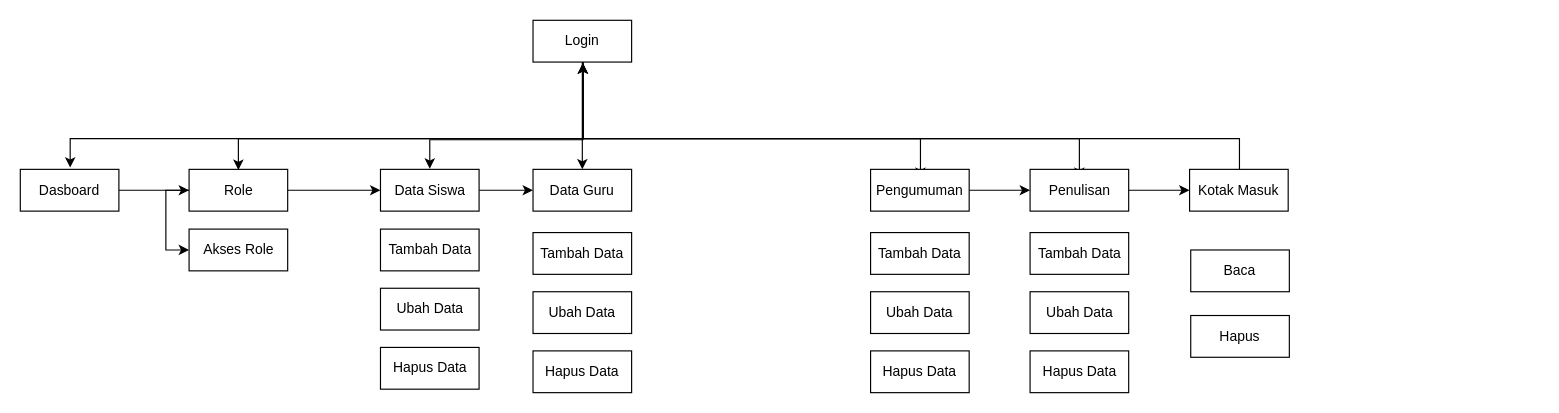
The draw.io diagram page "Page-3" (3 of 4) of Untitled Diagram.drawio in aldonicolaz/siakad-petrus, before the edit. Source tidied: cells renumbered, new cells numbered last; positions are measured from the earlier drawing's top-left corner, leaving out a move shared by most shapes. Both pictures are drawn from the tidied source at 116%, with x=0, y=0 at pixel (20, 20).
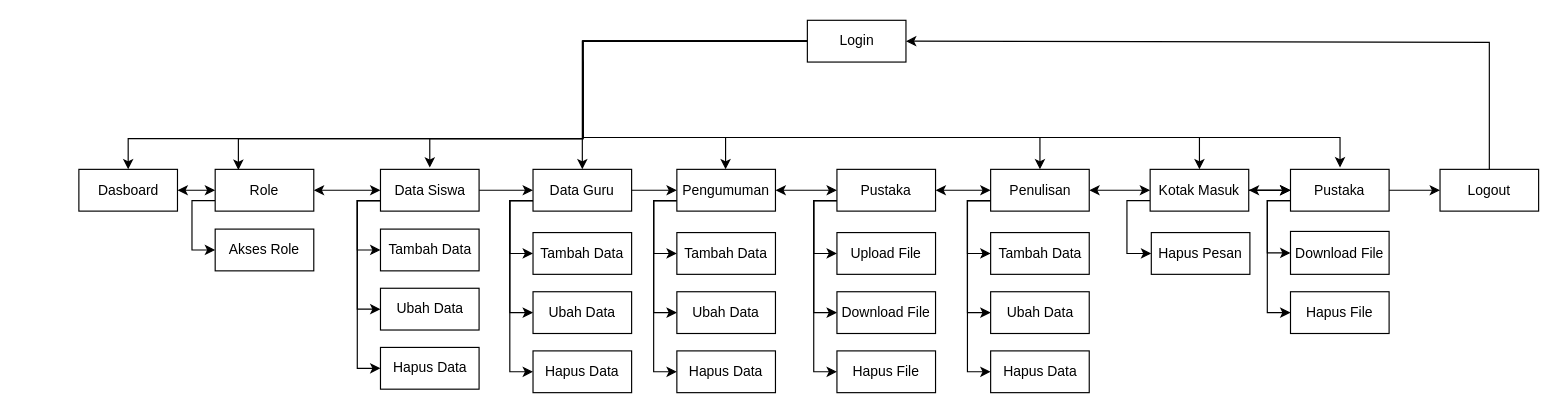
After the change.

Unchanged cells that the change refers to:
```xml
<mxCell id="14" value="Data Siswa" style="rounded=0;whiteSpace=wrap;html=1;strokeWidth=1;" parent="1" vertex="1">
  <mxGeometry x="310.5" y="128.5" width="85" height="36" as="geometry" />
</mxCell>
<mxCell id="15" value="Data Guru" style="rounded=0;whiteSpace=wrap;html=1;strokeWidth=1;" parent="1" vertex="1">
  <mxGeometry x="442" y="128.5" width="85" height="36" as="geometry" />
</mxCell>
<mxCell id="22" value="Tambah Data" style="rounded=0;whiteSpace=wrap;html=1;strokeWidth=1;" parent="1" vertex="1">
  <mxGeometry x="310.5" y="180" width="85" height="36" as="geometry" />
</mxCell>
<mxCell id="23" value="Ubah Data" style="rounded=0;whiteSpace=wrap;html=1;strokeWidth=1;" parent="1" vertex="1">
  <mxGeometry x="310.5" y="231" width="85" height="36" as="geometry" />
</mxCell>
<mxCell id="24" value="Hapus Data" style="rounded=0;whiteSpace=wrap;html=1;strokeWidth=1;" parent="1" vertex="1">
  <mxGeometry x="310.5" y="282" width="85" height="36" as="geometry" />
</mxCell>
<mxCell id="25" value="Tambah Data" style="rounded=0;whiteSpace=wrap;html=1;strokeWidth=1;" parent="1" vertex="1">
  <mxGeometry x="442" y="183" width="85" height="36" as="geometry" />
</mxCell>
<mxCell id="26" value="Ubah Data" style="rounded=0;whiteSpace=wrap;html=1;strokeWidth=1;" parent="1" vertex="1">
  <mxGeometry x="442" y="234" width="85" height="36" as="geometry" />
</mxCell>
<mxCell id="27" value="Hapus Data" style="rounded=0;whiteSpace=wrap;html=1;strokeWidth=1;" parent="1" vertex="1">
  <mxGeometry x="442" y="285" width="85" height="36" as="geometry" />
</mxCell>
```

What changed in the source:
```diff
@@
     <mxCell id="2" style="edgeStyle=orthogonalEdgeStyle;rounded=0;orthogonalLoop=1;jettySize=auto;html=1;entryX=0.5;entryY=0;entryDx=0;entryDy=0;strokeWidth=1;" parent="1" edge="1">
       <mxGeometry relative="1" as="geometry">
-        <mxPoint x="485" y="35" as="sourcePoint" />
-        <mxPoint x="353" y="128" as="targetPoint" />
+        <mxPoint x="485" y="34" as="sourcePoint" />
+        <mxPoint x="353" y="127" as="targetPoint" />
         <Array as="points">
-          <mxPoint x="485" y="103" />
-          <mxPoint x="353" y="103" />
+          <mxPoint x="485" y="102" />
+          <mxPoint x="353" y="102" />
         </Array>
       </mxGeometry>
     </mxCell>
-    <mxCell id="3" style="edgeStyle=orthogonalEdgeStyle;rounded=0;orthogonalLoop=1;jettySize=auto;html=1;entryX=0.5;entryY=0;entryDx=0;entryDy=0;strokeWidth=1;startArrow=classic;startFill=1;" parent="1" edge="1">
-      <mxGeometry relative="1" as="geometry">
-        <mxPoint x="485" y="37" as="sourcePoint" />
-        <mxPoint x="776" y="136" as="targetPoint" />
-        <Array as="points">
-          <mxPoint x="485" y="102" />
-          <mxPoint x="776" y="102" />
-        </Array>
-      </mxGeometry>
-    </mxCell>
-    <mxCell id="4" style="edgeStyle=orthogonalEdgeStyle;rounded=0;orthogonalLoop=1;jettySize=auto;html=1;entryX=0.5;entryY=0;entryDx=0;entryDy=0;strokeWidth=1;startArrow=classic;startFill=1;" parent="1" edge="1">
-      <mxGeometry relative="1" as="geometry">
-        <mxPoint x="485" y="37" as="sourcePoint" />
-        <mxPoint x="913" y="136" as="targetPoint" />
-        <Array as="points">
-          <mxPoint x="485" y="102" />
-          <mxPoint x="913" y="102" />
-        </Array>
-      </mxGeometry>
-    </mxCell>
-    <mxCell id="5" style="edgeStyle=orthogonalEdgeStyle;rounded=0;orthogonalLoop=1;jettySize=auto;html=1;strokeWidth=1;entryX=0.5;entryY=0;entryDx=0;entryDy=0;startArrow=classic;startFill=1;" parent="1" edge="1">
-      <mxGeometry relative="1" as="geometry">
-        <mxPoint x="485" y="37" as="sourcePoint" />
-        <mxPoint x="1051" y="143" as="targetPoint" />
-        <Array as="points">
-          <mxPoint x="485" y="102" />
-          <mxPoint x="1051" y="102" />
-          <mxPoint x="1051" y="136" />
-        </Array>
-      </mxGeometry>
-    </mxCell>
@@
-    <mxCell id="7" style="edgeStyle=orthogonalEdgeStyle;rounded=0;orthogonalLoop=1;jettySize=auto;html=1;entryX=0.5;entryY=0;entryDx=0;entryDy=0;strokeWidth=1;" parent="1" edge="1">
-      <mxGeometry relative="1" as="geometry">
-        <mxPoint x="485" y="34" as="sourcePoint" />
-        <mxPoint x="43" y="127" as="targetPoint" />
-        <Array as="points">
-          <mxPoint x="485" y="102" />
-          <mxPoint x="43" y="102" />
-        </Array>
-      </mxGeometry>
-    </mxCell>
@@
+    <mxCell id="38" style="edgeStyle=orthogonalEdgeStyle;rounded=0;jettySize=auto;html=1;strokeWidth=1;" parent="1" edge="1" source="9" target="17">
+      <mxGeometry relative="1" as="geometry">
+        <Array as="points">
+          <mxPoint x="485" y="101" />
+          <mxPoint x="608" y="101" />
+        </Array>
+      </mxGeometry>
+    </mxCell>
+    <mxCell id="39" style="edgeStyle=orthogonalEdgeStyle;rounded=0;jettySize=auto;html=1;strokeWidth=1;" parent="1" edge="1" source="9" target="37">
+      <mxGeometry relative="1" as="geometry">
+        <Array as="points">
+          <mxPoint x="485" y="102" />
+          <mxPoint x="93" y="102" />
+        </Array>
+      </mxGeometry>
+    </mxCell>
+    <mxCell id="40" style="edgeStyle=orthogonalEdgeStyle;rounded=0;jettySize=auto;html=1;entryX=0.5;entryY=0;entryDx=0;entryDy=0;strokeWidth=1;" parent="1" edge="1" source="9" target="19">
+      <mxGeometry relative="1" as="geometry">
+        <Array as="points">
+          <mxPoint x="485" y="101" />
+          <mxPoint x="879" y="101" />
+        </Array>
+      </mxGeometry>
+    </mxCell>
+    <mxCell id="41" style="edgeStyle=orthogonalEdgeStyle;rounded=0;jettySize=auto;html=1;entryX=0.5;entryY=0;entryDx=0;entryDy=0;strokeWidth=1;" parent="1" edge="1" source="9" target="20">
+      <mxGeometry relative="1" as="geometry">
+        <Array as="points">
+          <mxPoint x="485" y="101" />
+          <mxPoint x="1017" y="101" />
+        </Array>
+      </mxGeometry>
+    </mxCell>
+    <mxCell id="42" style="edgeStyle=orthogonalEdgeStyle;rounded=0;orthogonalLoop=1;jettySize=auto;html=1;entryX=0.5;entryY=0;entryDx=0;entryDy=0;strokeWidth=1;" parent="1" edge="1">
+      <mxGeometry relative="1" as="geometry">
+        <mxPoint x="484.8" y="35" as="sourcePoint" />
+        <mxPoint x="1137.7" y="126.9" as="targetPoint" />
+        <Array as="points">
+          <mxPoint x="485" y="101" />
+          <mxPoint x="1138" y="101" />
+        </Array>
+      </mxGeometry>
+    </mxCell>
     <mxCell id="9" value="Login&lt;br&gt;" style="rounded=0;whiteSpace=wrap;html=1;strokeWidth=1;" parent="1" vertex="1">
-      <mxGeometry x="442" width="85" height="36" as="geometry" />
+      <mxGeometry x="678.5" width="85" height="36" as="geometry" />
     </mxCell>
+    <mxCell id="11" style="edgeStyle=orthogonalEdgeStyle;rounded=0;jettySize=auto;html=1;entryX=0;entryY=0.5;entryDx=0;entryDy=0;strokeWidth=1;startArrow=classic;startFill=1;" parent="1" edge="1" source="12" target="14">
+      <mxGeometry relative="1" as="geometry" />
+    </mxCell>
-    <mxCell id="10" style="edgeStyle=orthogonalEdgeStyle;rounded=0;jettySize=auto;html=1;entryX=0;entryY=0.5;entryDx=0;entryDy=0;strokeWidth=1;exitX=0;exitY=0.5;exitDx=0;exitDy=0;" parent="1" edge="1" source="12" target="21">
+    <mxCell id="10" style="edgeStyle=orthogonalEdgeStyle;rounded=0;jettySize=auto;html=1;exitX=0;exitY=0.75;exitDx=0;exitDy=0;entryX=0;entryY=0.5;entryDx=0;entryDy=0;strokeWidth=1;" parent="1" edge="1" source="12" target="21">
       <mxGeometry relative="1" as="geometry" />
     </mxCell>
-    <mxCell id="11" style="edgeStyle=orthogonalEdgeStyle;rounded=0;jettySize=auto;html=1;entryX=0;entryY=0.5;entryDx=0;entryDy=0;strokeWidth=1;" parent="1" edge="1" source="12" target="14">
-      <mxGeometry relative="1" as="geometry" />
-    </mxCell>
     <mxCell id="12" value="Role" style="rounded=0;whiteSpace=wrap;html=1;strokeWidth=1;" parent="1" vertex="1">
-      <mxGeometry x="145.5" y="128.5" width="85" height="36" as="geometry" />
+      <mxGeometry x="168" y="128.5" width="85" height="36" as="geometry" />
     </mxCell>
@@
+    <mxCell id="43" style="edgeStyle=orthogonalEdgeStyle;rounded=0;jettySize=auto;html=1;exitX=0;exitY=0.75;exitDx=0;exitDy=0;entryX=0;entryY=0.5;entryDx=0;entryDy=0;strokeWidth=1;" parent="1" edge="1" source="14" target="22">
+      <mxGeometry relative="1" as="geometry" />
+    </mxCell>
+    <mxCell id="44" style="edgeStyle=orthogonalEdgeStyle;rounded=0;jettySize=auto;html=1;exitX=0;exitY=0.75;exitDx=0;exitDy=0;entryX=0;entryY=0.5;entryDx=0;entryDy=0;strokeWidth=1;" parent="1" edge="1" source="14" target="23">
+      <mxGeometry relative="1" as="geometry" />
+    </mxCell>
+    <mxCell id="45" style="edgeStyle=orthogonalEdgeStyle;rounded=0;jettySize=auto;html=1;exitX=0;exitY=0.75;exitDx=0;exitDy=0;entryX=0;entryY=0.5;entryDx=0;entryDy=0;strokeWidth=1;" parent="1" edge="1" source="14" target="24">
+      <mxGeometry relative="1" as="geometry" />
+    </mxCell>
@@
+    <mxCell id="46" style="edgeStyle=orthogonalEdgeStyle;rounded=0;jettySize=auto;html=1;strokeWidth=1;" parent="1" edge="1" source="15" target="17">
+      <mxGeometry relative="1" as="geometry" />
+    </mxCell>
+    <mxCell id="47" style="edgeStyle=orthogonalEdgeStyle;rounded=0;jettySize=auto;html=1;exitX=0;exitY=0.75;exitDx=0;exitDy=0;entryX=0;entryY=0.5;entryDx=0;entryDy=0;strokeWidth=1;" parent="1" edge="1" source="15" target="25">
+      <mxGeometry relative="1" as="geometry" />
+    </mxCell>
+    <mxCell id="48" style="edgeStyle=orthogonalEdgeStyle;rounded=0;jettySize=auto;html=1;exitX=0;exitY=0.75;exitDx=0;exitDy=0;entryX=0;entryY=0.5;entryDx=0;entryDy=0;strokeWidth=1;" parent="1" edge="1" source="15" target="26">
+      <mxGeometry relative="1" as="geometry" />
+    </mxCell>
+    <mxCell id="49" style="edgeStyle=orthogonalEdgeStyle;rounded=0;jettySize=auto;html=1;exitX=0;exitY=0.75;exitDx=0;exitDy=0;entryX=0;entryY=0.5;entryDx=0;entryDy=0;strokeWidth=1;" parent="1" edge="1" source="15" target="27">
+      <mxGeometry relative="1" as="geometry" />
+    </mxCell>
@@
-    <mxCell id="16" style="edgeStyle=orthogonalEdgeStyle;rounded=0;jettySize=auto;html=1;strokeWidth=1;" parent="1" edge="1" source="17" target="19">
-      <mxGeometry relative="1" as="geometry" />
-    </mxCell>
+    <mxCell id="50" style="edgeStyle=orthogonalEdgeStyle;rounded=0;jettySize=auto;html=1;exitX=0;exitY=0.75;exitDx=0;exitDy=0;entryX=0;entryY=0.5;entryDx=0;entryDy=0;strokeWidth=1;" parent="1" edge="1" source="17" target="28">
+      <mxGeometry relative="1" as="geometry" />
+    </mxCell>
+    <mxCell id="51" style="edgeStyle=orthogonalEdgeStyle;rounded=0;jettySize=auto;html=1;exitX=0;exitY=0.75;exitDx=0;exitDy=0;entryX=0;entryY=0.5;entryDx=0;entryDy=0;strokeWidth=1;" parent="1" edge="1" source="17" target="29">
+      <mxGeometry relative="1" as="geometry" />
+    </mxCell>
+    <mxCell id="52" style="edgeStyle=orthogonalEdgeStyle;rounded=0;jettySize=auto;html=1;exitX=0;exitY=0.75;exitDx=0;exitDy=0;entryX=0;entryY=0.5;entryDx=0;entryDy=0;strokeWidth=1;" parent="1" edge="1" source="17" target="30">
+      <mxGeometry relative="1" as="geometry" />
+    </mxCell>
+    <mxCell id="53" style="edgeStyle=orthogonalEdgeStyle;rounded=0;jettySize=auto;html=1;entryX=0;entryY=0.5;entryDx=0;entryDy=0;strokeWidth=1;startArrow=classic;startFill=1;" parent="1" edge="1" source="17" target="64">
+      <mxGeometry relative="1" as="geometry" />
+    </mxCell>
     <mxCell id="17" value="Pengumuman" style="rounded=0;whiteSpace=wrap;html=1;strokeWidth=1;" parent="1" vertex="1">
-      <mxGeometry x="733" y="128.5" width="85" height="36" as="geometry" />
+      <mxGeometry x="566" y="128.5" width="85" height="36" as="geometry" />
     </mxCell>
-    <mxCell id="18" style="edgeStyle=orthogonalEdgeStyle;rounded=0;jettySize=auto;html=1;strokeWidth=1;" parent="1" edge="1" source="19" target="20">
+    <mxCell id="18" style="edgeStyle=orthogonalEdgeStyle;rounded=0;jettySize=auto;html=1;strokeWidth=1;startArrow=classic;startFill=1;" parent="1" edge="1" source="19" target="20">
       <mxGeometry relative="1" as="geometry" />
     </mxCell>
+    <mxCell id="54" style="edgeStyle=orthogonalEdgeStyle;rounded=0;jettySize=auto;html=1;exitX=0;exitY=0.75;exitDx=0;exitDy=0;entryX=0;entryY=0.5;entryDx=0;entryDy=0;strokeWidth=1;" parent="1" edge="1" source="19" target="31">
+      <mxGeometry relative="1" as="geometry" />
+    </mxCell>
+    <mxCell id="55" style="edgeStyle=orthogonalEdgeStyle;rounded=0;jettySize=auto;html=1;exitX=0;exitY=0.75;exitDx=0;exitDy=0;entryX=0;entryY=0.5;entryDx=0;entryDy=0;strokeWidth=1;" parent="1" edge="1" source="19" target="32">
+      <mxGeometry relative="1" as="geometry" />
+    </mxCell>
+    <mxCell id="56" style="edgeStyle=orthogonalEdgeStyle;rounded=0;jettySize=auto;html=1;exitX=0;exitY=0.75;exitDx=0;exitDy=0;entryX=0;entryY=0.5;entryDx=0;entryDy=0;strokeWidth=1;" parent="1" edge="1" source="19" target="33">
+      <mxGeometry relative="1" as="geometry" />
+    </mxCell>
     <mxCell id="19" value="Penulisan" style="rounded=0;whiteSpace=wrap;html=1;strokeWidth=1;" parent="1" vertex="1">
-      <mxGeometry x="870.5" y="128.5" width="85" height="36" as="geometry" />
+      <mxGeometry x="836.5" y="128.5" width="85" height="36" as="geometry" />
     </mxCell>
+    <mxCell id="57" style="edgeStyle=orthogonalEdgeStyle;rounded=0;jettySize=auto;html=1;exitX=0;exitY=0.75;exitDx=0;exitDy=0;entryX=0;entryY=0.5;entryDx=0;entryDy=0;strokeWidth=1;" parent="1" edge="1" source="20" target="35">
+      <mxGeometry relative="1" as="geometry" />
+    </mxCell>
+    <mxCell id="58" style="edgeStyle=orthogonalEdgeStyle;rounded=0;jettySize=auto;html=1;strokeWidth=1;" parent="1" edge="1" source="20" target="72">
+      <mxGeometry relative="1" as="geometry" />
+    </mxCell>
+    <mxCell id="59" style="edgeStyle=orthogonalEdgeStyle;rounded=0;jettySize=auto;html=1;strokeWidth=1;" parent="1" edge="1" source="20" target="72">
+      <mxGeometry relative="1" as="geometry" />
+    </mxCell>
     <mxCell id="20" value="Kotak Masuk" style="rounded=0;whiteSpace=wrap;html=1;strokeWidth=1;" parent="1" vertex="1">
-      <mxGeometry x="1008" y="128.5" width="85" height="36" as="geometry" />
+      <mxGeometry x="974" y="128.5" width="85" height="36" as="geometry" />
     </mxCell>
     <mxCell id="21" value="Akses Role" style="rounded=0;whiteSpace=wrap;html=1;strokeWidth=1;" parent="1" vertex="1">
-      <mxGeometry x="145.5" y="180" width="85" height="36" as="geometry" />
+      <mxGeometry x="168" y="180" width="85" height="36" as="geometry" />
     </mxCell>
@@
     <mxCell id="28" value="Tambah Data" style="rounded=0;whiteSpace=wrap;html=1;strokeWidth=1;" parent="1" vertex="1">
-      <mxGeometry x="733" y="183" width="85" height="36" as="geometry" />
+      <mxGeometry x="566" y="183" width="85" height="36" as="geometry" />
     </mxCell>
     <mxCell id="29" value="Ubah Data" style="rounded=0;whiteSpace=wrap;html=1;strokeWidth=1;" parent="1" vertex="1">
-      <mxGeometry x="733" y="234" width="85" height="36" as="geometry" />
+      <mxGeometry x="566" y="234" width="85" height="36" as="geometry" />
     </mxCell>
     <mxCell id="30" value="Hapus Data" style="rounded=0;whiteSpace=wrap;html=1;strokeWidth=1;" parent="1" vertex="1">
-      <mxGeometry x="733" y="285" width="85" height="36" as="geometry" />
+      <mxGeometry x="566" y="285" width="85" height="36" as="geometry" />
     </mxCell>
     <mxCell id="31" value="Tambah Data" style="rounded=0;whiteSpace=wrap;html=1;strokeWidth=1;" parent="1" vertex="1">
-      <mxGeometry x="870.5" y="183" width="85" height="36" as="geometry" />
+      <mxGeometry x="836.5" y="183" width="85" height="36" as="geometry" />
     </mxCell>
     <mxCell id="32" value="Ubah Data" style="rounded=0;whiteSpace=wrap;html=1;strokeWidth=1;" parent="1" vertex="1">
-      <mxGeometry x="870.5" y="234" width="85" height="36" as="geometry" />
+      <mxGeometry x="836.5" y="234" width="85" height="36" as="geometry" />
     </mxCell>
     <mxCell id="33" value="Hapus Data" style="rounded=0;whiteSpace=wrap;html=1;strokeWidth=1;" parent="1" vertex="1">
-      <mxGeometry x="870.5" y="285" width="85" height="36" as="geometry" />
+      <mxGeometry x="836.5" y="285" width="85" height="36" as="geometry" />
     </mxCell>
-    <mxCell id="34" value="Baca" style="rounded=0;whiteSpace=wrap;html=1;strokeWidth=1;" parent="1" vertex="1">
-      <mxGeometry x="1009" y="198" width="85" height="36" as="geometry" />
-    </mxCell>
-    <mxCell id="35" value="Hapus" style="rounded=0;whiteSpace=wrap;html=1;strokeWidth=1;" parent="1" vertex="1">
-      <mxGeometry x="1009" y="254.5" width="85" height="36" as="geometry" />
+    <mxCell id="35" value="Hapus Pesan" style="rounded=0;whiteSpace=wrap;html=1;strokeWidth=1;" parent="1" vertex="1">
+      <mxGeometry x="975" y="183" width="85" height="36" as="geometry" />
     </mxCell>
-    <mxCell id="36" style="edgeStyle=orthogonalEdgeStyle;rounded=0;jettySize=auto;html=1;strokeWidth=1;" parent="1" edge="1" source="37" target="12">
+    <mxCell id="36" style="edgeStyle=orthogonalEdgeStyle;rounded=0;jettySize=auto;html=1;strokeWidth=1;startArrow=classic;startFill=1;" parent="1" edge="1" source="37" target="12">
       <mxGeometry relative="1" as="geometry" />
     </mxCell>
     <mxCell id="37" value="Dasboard" style="rounded=0;whiteSpace=wrap;html=1;strokeWidth=1;" parent="1" vertex="1">
-      <mxGeometry y="128.5" width="85" height="36" as="geometry" />
+      <mxGeometry x="50.5" y="128.5" width="85" height="36" as="geometry" />
     </mxCell>
+    <mxCell id="60" style="edgeStyle=orthogonalEdgeStyle;rounded=0;jettySize=auto;html=1;exitX=0;exitY=0.75;exitDx=0;exitDy=0;entryX=0;entryY=0.5;entryDx=0;entryDy=0;strokeWidth=1;" parent="1" edge="1" source="64" target="65">
+      <mxGeometry relative="1" as="geometry" />
+    </mxCell>
+    <mxCell id="61" style="edgeStyle=orthogonalEdgeStyle;rounded=0;jettySize=auto;html=1;exitX=0;exitY=0.75;exitDx=0;exitDy=0;entryX=0;entryY=0.5;entryDx=0;entryDy=0;strokeWidth=1;" parent="1" edge="1" source="64" target="66">
+      <mxGeometry relative="1" as="geometry" />
+    </mxCell>
+    <mxCell id="62" style="edgeStyle=orthogonalEdgeStyle;rounded=0;jettySize=auto;html=1;exitX=0;exitY=0.75;exitDx=0;exitDy=0;entryX=0;entryY=0.5;entryDx=0;entryDy=0;strokeWidth=1;" parent="1" edge="1" source="64" target="67">
+      <mxGeometry relative="1" as="geometry" />
+    </mxCell>
+    <mxCell id="63" style="edgeStyle=orthogonalEdgeStyle;rounded=0;jettySize=auto;html=1;entryX=0;entryY=0.5;entryDx=0;entryDy=0;strokeWidth=1;startArrow=classic;startFill=1;" parent="1" edge="1" source="64" target="19">
+      <mxGeometry relative="1" as="geometry" />
+    </mxCell>
+    <mxCell id="64" value="Pustaka" style="rounded=0;whiteSpace=wrap;html=1;strokeWidth=1;" parent="1" vertex="1">
+      <mxGeometry x="704" y="128.5" width="85" height="36" as="geometry" />
+    </mxCell>
+    <mxCell id="65" value="Upload File" style="rounded=0;whiteSpace=wrap;html=1;strokeWidth=1;" parent="1" vertex="1">
+      <mxGeometry x="704" y="183" width="85" height="36" as="geometry" />
+    </mxCell>
+    <mxCell id="66" value="Download File" style="rounded=0;whiteSpace=wrap;html=1;strokeWidth=1;" parent="1" vertex="1">
+      <mxGeometry x="704" y="234" width="85" height="36" as="geometry" />
+    </mxCell>
+    <mxCell id="67" value="Hapus File" style="rounded=0;whiteSpace=wrap;html=1;strokeWidth=1;" parent="1" vertex="1">
+      <mxGeometry x="704" y="285" width="85" height="36" as="geometry" />
+    </mxCell>
+    <mxCell id="68" style="edgeStyle=orthogonalEdgeStyle;rounded=0;jettySize=auto;html=1;exitX=0;exitY=0.75;exitDx=0;exitDy=0;entryX=0;entryY=0.5;entryDx=0;entryDy=0;strokeWidth=1;" parent="1" edge="1" source="72" target="73">
+      <mxGeometry relative="1" as="geometry" />
+    </mxCell>
+    <mxCell id="69" style="edgeStyle=orthogonalEdgeStyle;rounded=0;jettySize=auto;html=1;startArrow=classic;startFill=1;strokeWidth=1;" parent="1" edge="1" source="72" target="20">
+      <mxGeometry relative="1" as="geometry" />
+    </mxCell>
+    <mxCell id="70" style="edgeStyle=orthogonalEdgeStyle;rounded=0;jettySize=auto;html=1;exitX=0;exitY=0.75;exitDx=0;exitDy=0;entryX=0;entryY=0.5;entryDx=0;entryDy=0;startArrow=none;startFill=0;strokeWidth=1;" parent="1" edge="1" source="72" target="74">
+      <mxGeometry relative="1" as="geometry" />
+    </mxCell>
+    <mxCell id="71" style="edgeStyle=orthogonalEdgeStyle;rounded=0;jettySize=auto;html=1;startArrow=none;startFill=0;strokeWidth=1;" parent="1" edge="1" source="72" target="76">
+      <mxGeometry relative="1" as="geometry" />
+    </mxCell>
+    <mxCell id="72" value="Pustaka" style="rounded=0;whiteSpace=wrap;html=1;strokeWidth=1;" parent="1" vertex="1">
+      <mxGeometry x="1095" y="128.5" width="85" height="36" as="geometry" />
+    </mxCell>
+    <mxCell id="73" value="Download File" style="rounded=0;whiteSpace=wrap;html=1;strokeWidth=1;" parent="1" vertex="1">
+      <mxGeometry x="1095" y="182" width="85" height="37" as="geometry" />
+    </mxCell>
+    <mxCell id="74" value="Hapus File" style="rounded=0;whiteSpace=wrap;html=1;strokeWidth=1;" parent="1" vertex="1">
+      <mxGeometry x="1095" y="234" width="85" height="36" as="geometry" />
+    </mxCell>
+    <mxCell id="75" style="edgeStyle=orthogonalEdgeStyle;rounded=0;jettySize=auto;html=1;entryX=1;entryY=0.5;entryDx=0;entryDy=0;startArrow=none;startFill=0;strokeWidth=1;" parent="1" edge="1" source="76" target="9">
+      <mxGeometry relative="1" as="geometry">
+        <Array as="points">
+          <mxPoint x="1266" y="19" />
+        </Array>
+      </mxGeometry>
+    </mxCell>
+    <mxCell id="76" value="Logout" style="rounded=0;whiteSpace=wrap;html=1;strokeWidth=1;" parent="1" vertex="1">
+      <mxGeometry x="1223.9" y="128.5" width="85" height="36" as="geometry" />
+    </mxCell>
```
